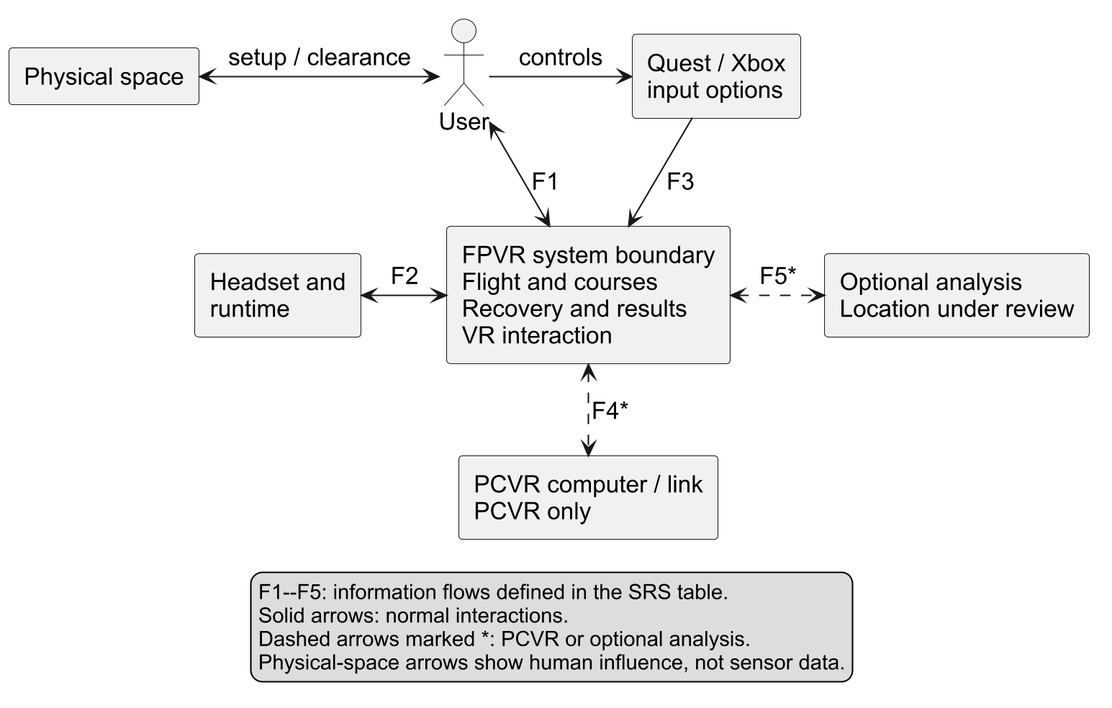
This is docs/SRS/models/environment-context.png from SoftwareMandems/FPVR, a PlantUML export, as it was before one commit. Source of this version:
```plantuml
@startuml environment-context
!pragma layout smetana
skinparam shadowing false
skinparam monochrome true
skinparam defaultFontName Arial
skinparam defaultFontSize 16
skinparam dpi 200
skinparam nodesep 35
skinparam ranksep 40
top to bottom direction

actor "User" as User
rectangle "Physical space" as Space
rectangle "Quest / Xbox\ninput options" as Input
rectangle "Headset and\nruntime" as XR
rectangle "FPVR system boundary\nFlight and courses\nRecovery and results\nVR interaction" as FPVR
rectangle "PCVR computer / link\nPCVR only" as Host
rectangle "Optional analysis\nLocation under review" as AI

Space <-right-> User : setup / clearance
User -right-> Input : controls
User <-down-> FPVR : F1
Input -down-> FPVR : F3
XR <-right-> FPVR : F2
FPVR <.down.> Host : F4*
FPVR <.right.> AI : F5*

legend bottom
  F1--F5: information flows defined in the SRS table.
  Solid arrows: normal interactions.
  Dashed arrows marked *: PCVR or optional analysis.
  Physical-space arrows show human influence, not sensor data.
endlegend
@enduml
```
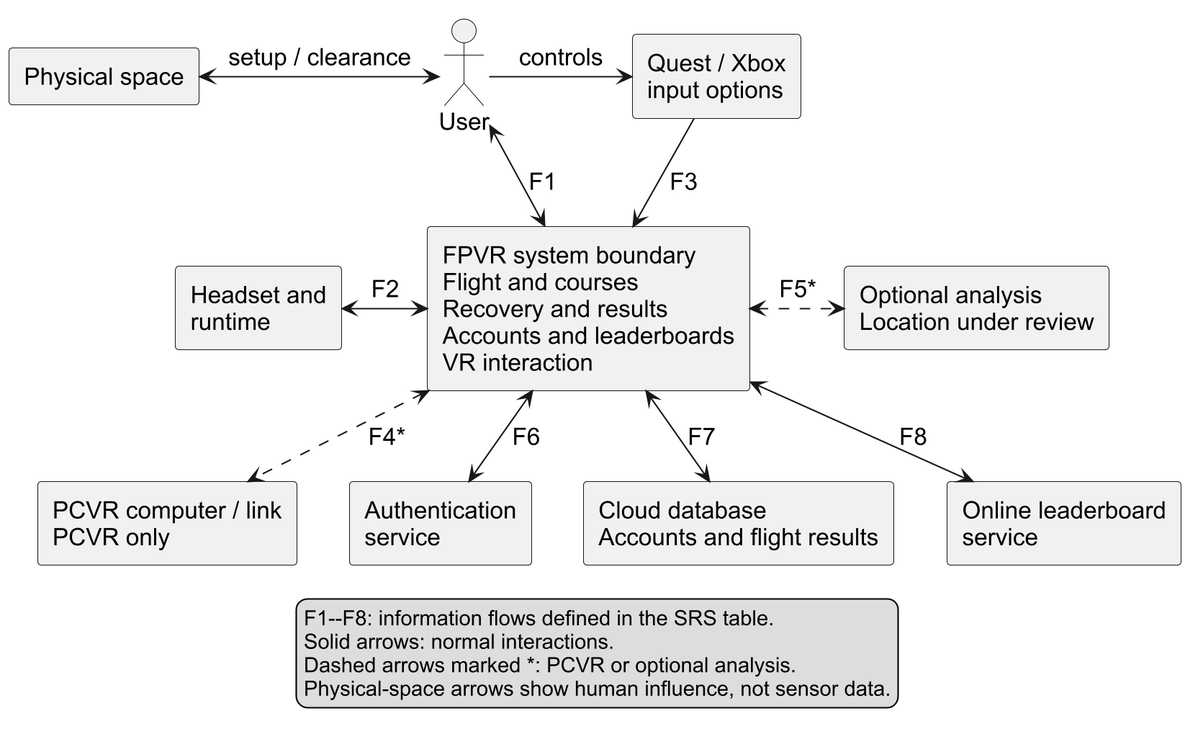
The same file after the commit.

Diff of the diagram source:
```diff
@@ -13,9 +13,12 @@
 rectangle "Physical space" as Space
 rectangle "Quest / Xbox\ninput options" as Input
 rectangle "Headset and\nruntime" as XR
-rectangle "FPVR system boundary\nFlight and courses\nRecovery and results\nVR interaction" as FPVR
+rectangle "FPVR system boundary\nFlight and courses\nRecovery and results\nAccounts and leaderboards\nVR interaction" as FPVR
 rectangle "PCVR computer / link\nPCVR only" as Host
 rectangle "Optional analysis\nLocation under review" as AI
+rectangle "Authentication\nservice" as Auth
+rectangle "Cloud database\nAccounts and flight results" as Cloud
+rectangle "Online leaderboard\nservice" as Leaderboard
 
 Space <-right-> User : setup / clearance
 User -right-> Input : controls
@@ -24,9 +27,16 @@
 XR <-right-> FPVR : F2
 FPVR <.down.> Host : F4*
 FPVR <.right.> AI : F5*
+FPVR <-down-> Auth : F6
+FPVR <-down-> Cloud : F7
+FPVR <-down-> Leaderboard : F8
+
+Host -[hidden]right-> Auth
+Auth -[hidden]right-> Cloud
+Cloud -[hidden]right-> Leaderboard
 
 legend bottom
-  F1--F5: information flows defined in the SRS table.
+  F1--F8: information flows defined in the SRS table.
   Solid arrows: normal interactions.
   Dashed arrows marked *: PCVR or optional analysis.
   Physical-space arrows show human influence, not sensor data.
```
